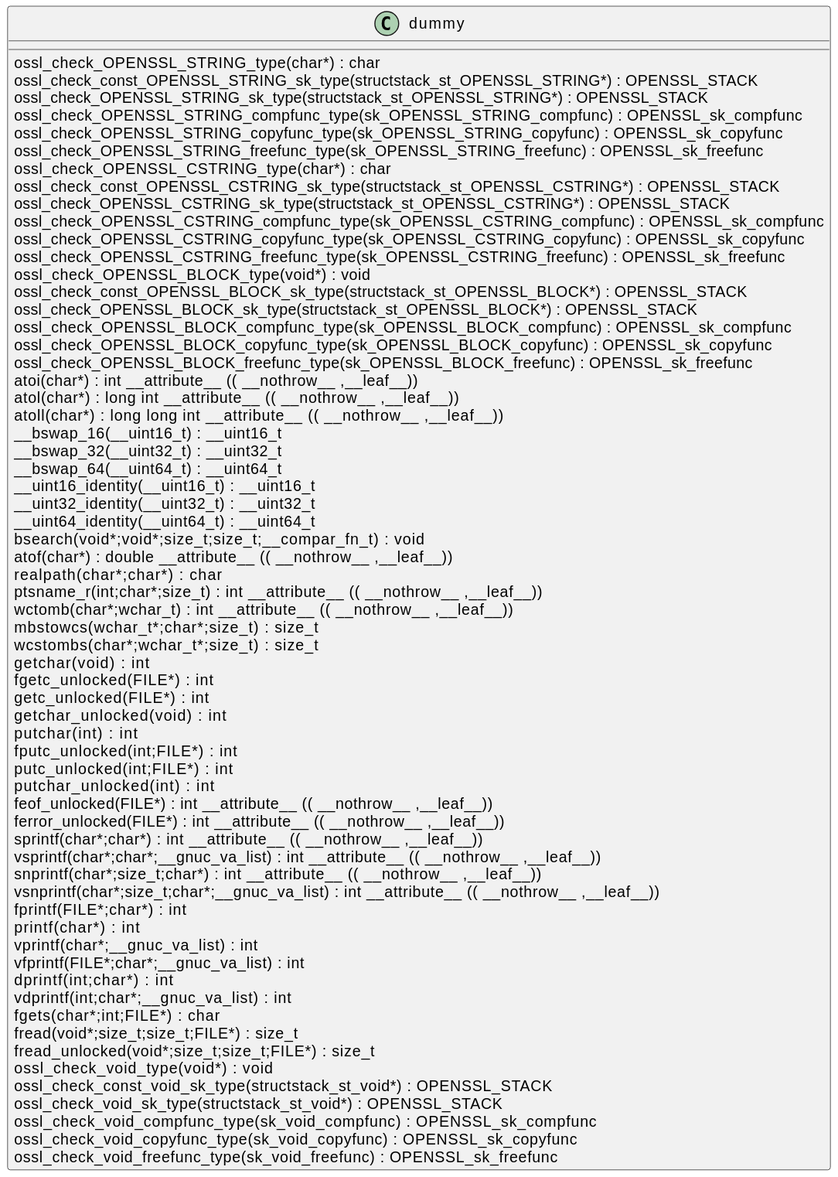
qualitesys/openssl keeps this PlantUML diagram as docs/qc/crypto/thread/api.c.svg. Above is the earlier version.
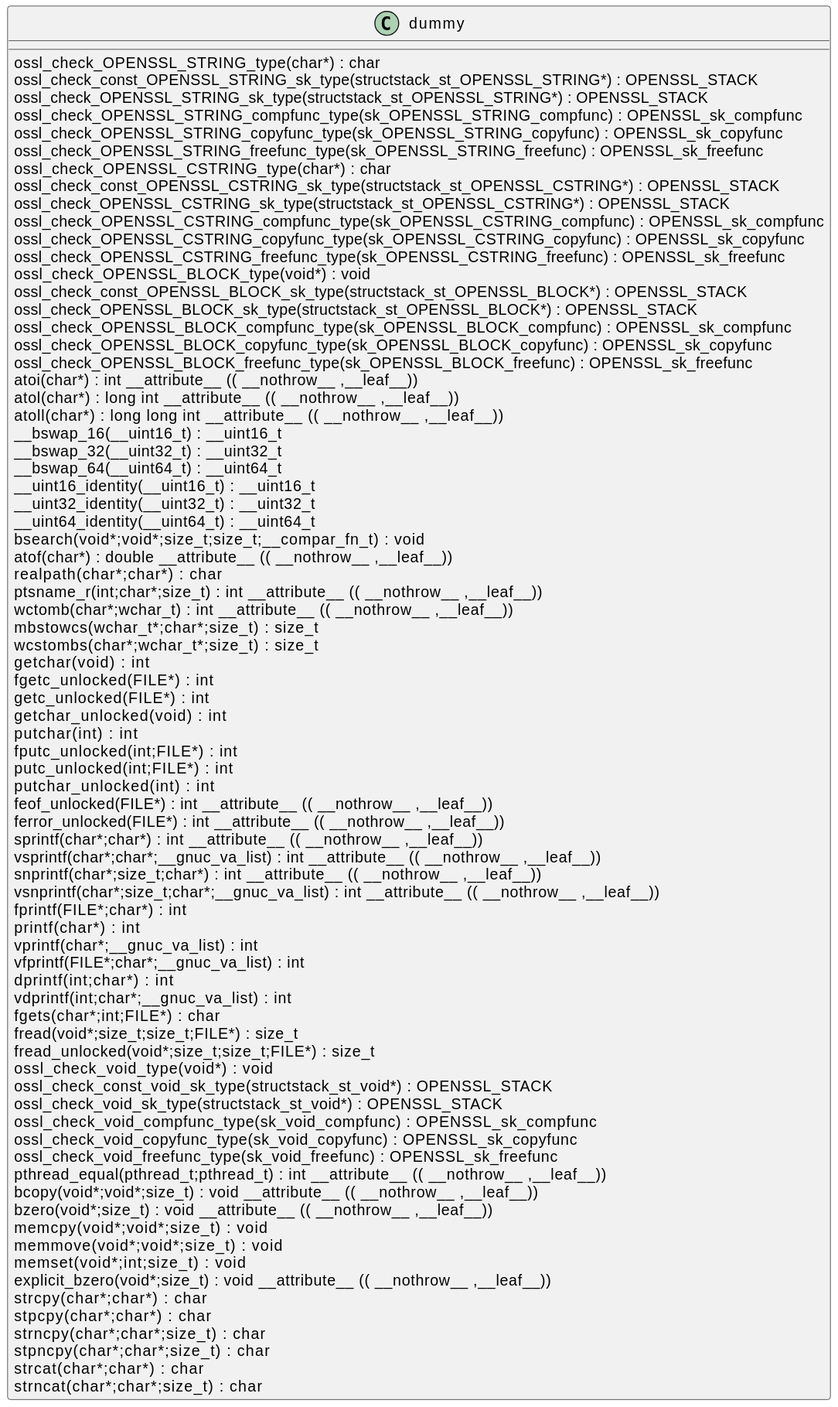
Above is the later version.

The edit, as a diff of the source:
```diff
@@ -64,5 +64,18 @@
 ossl_check_void_compfunc_type(sk_void_compfunc) : OPENSSL_sk_compfunc [[[./../../.././qc/crypto/thread/api.c.html#1]]]
 ossl_check_void_copyfunc_type(sk_void_copyfunc) : OPENSSL_sk_copyfunc [[[./../../.././qc/crypto/thread/api.c.html#1]]]
 ossl_check_void_freefunc_type(sk_void_freefunc) : OPENSSL_sk_freefunc [[[./../../.././qc/crypto/thread/api.c.html#1]]]
+pthread_equal(pthread_t;pthread_t) :  int  __attribute__ (( __nothrow__ ,__leaf__)) [[[./../../.././qc/crypto/thread/api.c.html#1]]]
+bcopy(void*;void*;size_t) :  void  __attribute__ (( __nothrow__ ,__leaf__)) [[[./../../.././qc/crypto/thread/api.c.html#1]]]
+bzero(void*;size_t) :  void  __attribute__ (( __nothrow__ ,__leaf__)) [[[./../../.././qc/crypto/thread/api.c.html#1]]]
+memcpy(void*;void*;size_t) :  void  [[[./../../.././qc/crypto/thread/api.c.html#1]]]
+memmove(void*;void*;size_t) :  void  [[[./../../.././qc/crypto/thread/api.c.html#1]]]
+memset(void*;int;size_t) :  void  [[[./../../.././qc/crypto/thread/api.c.html#1]]]
+explicit_bzero(void*;size_t) :  void  __attribute__ (( __nothrow__ ,__leaf__)) [[[./../../.././qc/crypto/thread/api.c.html#1]]]
+strcpy(char*;char*) :  char  [[[./../../.././qc/crypto/thread/api.c.html#1]]]
+stpcpy(char*;char*) :  char  [[[./../../.././qc/crypto/thread/api.c.html#1]]]
+strncpy(char*;char*;size_t) :  char  [[[./../../.././qc/crypto/thread/api.c.html#1]]]
+stpncpy(char*;char*;size_t) :  char  [[[./../../.././qc/crypto/thread/api.c.html#1]]]
+strcat(char*;char*) :  char  [[[./../../.././qc/crypto/thread/api.c.html#1]]]
+strncat(char*;char*;size_t) :  char  [[[./../../.././qc/crypto/thread/api.c.html#1]]]
 }
 @enduml
```
